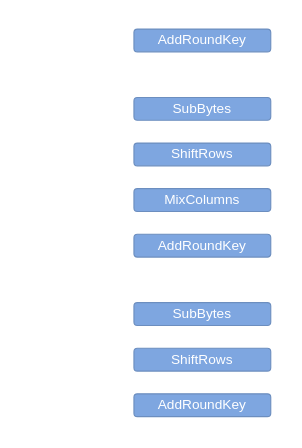
This is 未命名绘图.drawio from janice880624/draw.io, a draw.io file, before an edit. Source tidied: cells renumbered, new cells numbered last; positions are measured from the earlier drawing's top-left corner, leaving out a move shared by most shapes. Both pictures are drawn from the tidied source at 114%, with x=0, y=0 at pixel (133, 28).
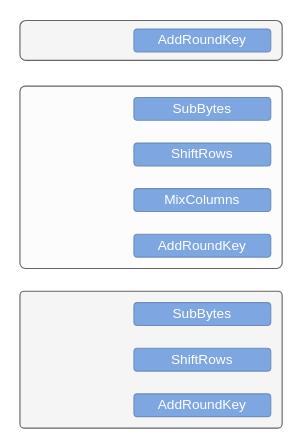
Above is the later version.

What changed in the source:
```diff
@@
 <mxGraphModel>
   <root>
     <mxCell id="0" />
     <mxCell id="1" parent="0" />
+    <mxCell id="10" style="rounded=1;whiteSpace=wrap;html=1;fillColor=#f5f5f5;fontColor=#333333;strokeColor=#666666;arcSize=3;" parent="1" vertex="1">
+      <mxGeometry x="-100" y="230" width="230" height="120" as="geometry" />
+    </mxCell>
+    <mxCell id="11" style="rounded=1;whiteSpace=wrap;html=1;fillColor=#FCFCFC;fontColor=#333333;strokeColor=#666666;arcSize=3;" parent="1" vertex="1">
+      <mxGeometry x="-100" y="50" width="230" height="160" as="geometry" />
+    </mxCell>
+    <mxCell id="12" style="rounded=1;whiteSpace=wrap;html=1;fillColor=#f5f5f5;fontColor=#333333;strokeColor=#666666;" parent="1" vertex="1">
+      <mxGeometry x="-100" y="-7.5" width="230" height="35" as="geometry" />
+    </mxCell>
     <mxCell id="2" value="AddRoundKey" style="rounded=1;whiteSpace=wrap;html=1;fillColor=#7EA6E0;strokeColor=#6c8ebf;fontColor=#FFFFFF;" parent="1" vertex="1">
       <mxGeometry width="120" height="20" as="geometry" />
     </mxCell>
     <mxCell id="3" value="SubBytes" style="rounded=1;whiteSpace=wrap;html=1;fillColor=#7EA6E0;strokeColor=#6c8ebf;fontColor=#FFFFFF;" parent="1" vertex="1">
       <mxGeometry y="60" width="120" height="20" as="geometry" />
     </mxCell>
     <mxCell id="4" value="ShiftRows" style="rounded=1;whiteSpace=wrap;html=1;fillColor=#7EA6E0;strokeColor=#6c8ebf;fontColor=#FFFFFF;" parent="1" vertex="1">
       <mxGeometry y="100" width="120" height="20" as="geometry" />
     </mxCell>
     <mxCell id="5" value="MixColumns" style="rounded=1;whiteSpace=wrap;html=1;fillColor=#7EA6E0;strokeColor=#6c8ebf;fontColor=#FFFFFF;" parent="1" vertex="1">
       <mxGeometry y="140" width="120" height="20" as="geometry" />
     </mxCell>
     <mxCell id="6" value="AddRoundKey" style="rounded=1;whiteSpace=wrap;html=1;fillColor=#7EA6E0;strokeColor=#6c8ebf;fontColor=#FFFFFF;" parent="1" vertex="1">
       <mxGeometry y="180" width="120" height="20" as="geometry" />
     </mxCell>
     <mxCell id="7" value="SubBytes" style="rounded=1;whiteSpace=wrap;html=1;fillColor=#7EA6E0;strokeColor=#6c8ebf;fontColor=#FFFFFF;" parent="1" vertex="1">
       <mxGeometry y="240" width="120" height="20" as="geometry" />
     </mxCell>
     <mxCell id="8" value="ShiftRows" style="rounded=1;whiteSpace=wrap;html=1;fillColor=#7EA6E0;strokeColor=#6c8ebf;fontColor=#FFFFFF;" parent="1" vertex="1">
       <mxGeometry y="280" width="120" height="20" as="geometry" />
     </mxCell>
     <mxCell id="9" value="AddRoundKey" style="rounded=1;whiteSpace=wrap;html=1;fillColor=#7EA6E0;strokeColor=#6c8ebf;fontColor=#FFFFFF;" parent="1" vertex="1">
       <mxGeometry y="320" width="120" height="20" as="geometry" />
     </mxCell>
   </root>
 </mxGraphModel>
```
